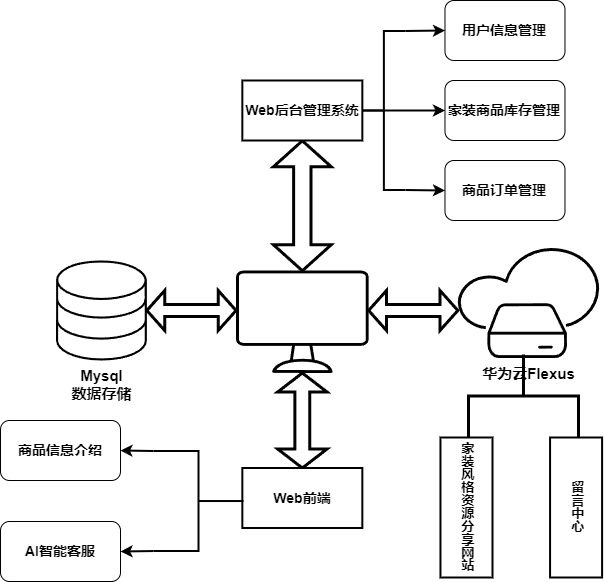
The draw.io diagram 6.drawio.png in xiyuliu509/microservice-shop, before a commit. Source tidied: cells renumbered, new cells last; positions are measured from the earlier drawing's top-left corner, leaving out a move shared by most shapes. Source of this version:
```xml
<mxGraphModel>
  <root>
    <mxCell id="0" />
    <mxCell id="1" parent="0" />
    <mxCell id="2" value="&lt;b&gt;&lt;font style=&quot;font-size: 15px;&quot;&gt;华为云Flexus&lt;/font&gt;&lt;/b&gt;" style="sketch=0;verticalLabelPosition=bottom;sketch=0;html=1;verticalAlign=top;strokeColor=none;fillColor=#000000;align=center;shape=mxgraph.citrix2.cloud_connector;strokeWidth=2;gradientColor=none;" parent="1" vertex="1">
      <mxGeometry x="457.3" y="247.5" width="141.3" height="110" as="geometry" />
    </mxCell>
    <mxCell id="3" value="&lt;font style=&quot;font-size: 15px;&quot;&gt;&lt;b&gt;Mysql&lt;/b&gt;&lt;/font&gt;&lt;div&gt;&lt;font style=&quot;font-size: 15px;&quot;&gt;&lt;b&gt;数据存储&lt;/b&gt;&lt;/font&gt;&lt;/div&gt;" style="sketch=0;verticalLabelPosition=bottom;sketch=0;html=1;verticalAlign=top;strokeColor=none;fillColor=#000000;align=center;shape=mxgraph.citrix2.site_database;" parent="1" vertex="1">
      <mxGeometry x="55.6" y="260" width="90.8" height="100" as="geometry" />
    </mxCell>
    <mxCell id="4" style="shape=doubleArrow;whiteSpace=wrap;html=1;strokeWidth=3;" parent="1" vertex="1">
      <mxGeometry x="146.4" y="290" width="89.2" height="40" as="geometry" />
    </mxCell>
    <mxCell id="5" style="shape=doubleArrow;direction=south;whiteSpace=wrap;html=1;strokeWidth=3;" parent="1" vertex="1">
      <mxGeometry x="272.9" y="140.2" width="57.8" height="130" as="geometry" />
    </mxCell>
    <mxCell id="6" style="shape=doubleArrow;whiteSpace=wrap;html=1;strokeWidth=3;" parent="1" vertex="1">
      <mxGeometry x="368.1" y="290" width="89.2" height="40" as="geometry" />
    </mxCell>
    <mxCell id="7" style="shape=doubleArrow;direction=south;whiteSpace=wrap;html=1;strokeWidth=3;" parent="1" vertex="1">
      <mxGeometry x="277.2" y="372.5" width="49.4" height="95" as="geometry" />
    </mxCell>
    <mxCell id="8" value="&lt;b&gt;&lt;font style=&quot;font-size: 13px;&quot;&gt;家装风格资源分享网站&lt;/font&gt;&lt;/b&gt;" style="rounded=0;whiteSpace=wrap;html=1;textDirection=vertical-lr;strokeWidth=2;" parent="1" vertex="1">
      <mxGeometry x="440" y="437" width="52" height="140" as="geometry" />
    </mxCell>
    <mxCell id="9" style="strokeWidth=3;html=1;shape=mxgraph.flowchart.annotation_2;align=left;labelPosition=right;rotation=90;fontSize=14;fontStyle=1;" parent="1" vertex="1">
      <mxGeometry x="481.5" y="340.5" width="83" height="110" as="geometry" />
    </mxCell>
    <mxCell id="10" value="&lt;span style=&quot;font-size: 13px;&quot;&gt;&lt;b&gt;留言中心&lt;/b&gt;&lt;/span&gt;" style="rounded=0;whiteSpace=wrap;html=1;textDirection=vertical-lr;strokeWidth=2;" parent="1" vertex="1">
      <mxGeometry x="549.6" y="437" width="52" height="140" as="geometry" />
    </mxCell>
    <mxCell id="11" style="sketch=0;verticalLabelPosition=bottom;sketch=0;html=1;verticalAlign=top;strokeColor=none;fillColor=#000000;align=center;shape=mxgraph.citrix2.desktop;" parent="1" vertex="1">
      <mxGeometry x="235.6" y="270" width="132.6" height="102.5" as="geometry" />
    </mxCell>
    <mxCell id="12" value="&lt;b&gt;&lt;font style=&quot;font-size: 14px;&quot;&gt;Web后台管理系统&lt;/font&gt;&lt;/b&gt;" style="rounded=0;whiteSpace=wrap;html=1;strokeWidth=2;" parent="1" vertex="1">
      <mxGeometry x="241.8" y="80" width="120" height="60" as="geometry" />
    </mxCell>
    <mxCell id="13" style="edgeStyle=none;html=1;exitX=1;exitY=0;exitDx=0;exitDy=0;exitPerimeter=0;entryX=0;entryY=0.5;entryDx=0;entryDy=0;strokeWidth=2;" parent="1" edge="1" source="16" target="18">
      <mxGeometry relative="1" as="geometry" />
    </mxCell>
    <mxCell id="14" style="edgeStyle=none;html=1;exitX=1;exitY=1;exitDx=0;exitDy=0;exitPerimeter=0;entryX=0;entryY=0.5;entryDx=0;entryDy=0;strokeWidth=2;" parent="1" edge="1" source="16" target="17">
      <mxGeometry relative="1" as="geometry" />
    </mxCell>
    <mxCell id="15" style="edgeStyle=none;html=1;exitX=0;exitY=0.5;exitDx=0;exitDy=0;exitPerimeter=0;strokeWidth=2;entryX=0;entryY=0.5;entryDx=0;entryDy=0;" parent="1" edge="1" source="16" target="19">
      <mxGeometry relative="1" as="geometry" />
    </mxCell>
    <mxCell id="16" style="strokeWidth=2;html=1;shape=mxgraph.flowchart.annotation_2;align=left;labelPosition=right;" parent="1" vertex="1">
      <mxGeometry x="361.8" y="30.5" width="43.2" height="159" as="geometry" />
    </mxCell>
    <mxCell id="17" value="&lt;b&gt;&lt;font style=&quot;font-size: 14px;&quot;&gt;商品订单管理&lt;/font&gt;&lt;/b&gt;" style="rounded=1;whiteSpace=wrap;html=1;" parent="1" vertex="1">
      <mxGeometry x="444.5" y="160" width="120" height="60" as="geometry" />
    </mxCell>
    <mxCell id="18" value="&lt;b&gt;&lt;font style=&quot;font-size: 14px;&quot;&gt;用户信息管理&lt;/font&gt;&lt;/b&gt;" style="rounded=1;whiteSpace=wrap;html=1;" parent="1" vertex="1">
      <mxGeometry x="444.5" width="120" height="60" as="geometry" />
    </mxCell>
    <mxCell id="19" value="&lt;b&gt;&lt;font style=&quot;font-size: 14px;&quot;&gt;家装商品库存管理&lt;/font&gt;&lt;/b&gt;" style="rounded=1;whiteSpace=wrap;html=1;" parent="1" vertex="1">
      <mxGeometry x="444.5" y="80" width="120" height="60" as="geometry" />
    </mxCell>
    <mxCell id="20" value="&lt;b&gt;&lt;font style=&quot;font-size: 14px;&quot;&gt;Web前端&lt;/font&gt;&lt;/b&gt;" style="rounded=0;whiteSpace=wrap;html=1;strokeWidth=2;" parent="1" vertex="1">
      <mxGeometry x="241.8" y="467.5" width="120" height="60" as="geometry" />
    </mxCell>
    <mxCell id="21" style="edgeStyle=none;html=1;exitX=1;exitY=1;exitDx=0;exitDy=0;exitPerimeter=0;entryX=1;entryY=0.5;entryDx=0;entryDy=0;strokeWidth=2;" parent="1" edge="1" source="23" target="25">
      <mxGeometry relative="1" as="geometry" />
    </mxCell>
    <mxCell id="22" style="edgeStyle=none;html=1;exitX=1;exitY=0;exitDx=0;exitDy=0;exitPerimeter=0;entryX=1;entryY=0.5;entryDx=0;entryDy=0;strokeWidth=2;" parent="1" edge="1" source="23" target="24">
      <mxGeometry relative="1" as="geometry" />
    </mxCell>
    <mxCell id="23" style="strokeWidth=2;html=1;shape=mxgraph.flowchart.annotation_2;align=left;labelPosition=right;rotation=-180;" parent="1" vertex="1">
      <mxGeometry x="153" y="450.5" width="90" height="100" as="geometry" />
    </mxCell>
    <mxCell id="24" value="&lt;span style=&quot;font-size: 14px;&quot;&gt;&lt;b&gt;AI智能客服&lt;/b&gt;&lt;/span&gt;" style="rounded=1;whiteSpace=wrap;html=1;" parent="1" vertex="1">
      <mxGeometry y="521" width="120" height="60" as="geometry" />
    </mxCell>
    <mxCell id="25" value="&lt;span style=&quot;font-size: 14px;&quot;&gt;&lt;b&gt;商品信息介绍&lt;/b&gt;&lt;/span&gt;" style="rounded=1;whiteSpace=wrap;html=1;" parent="1" vertex="1">
      <mxGeometry y="420" width="120" height="60" as="geometry" />
    </mxCell>
  </root>
</mxGraphModel>
```
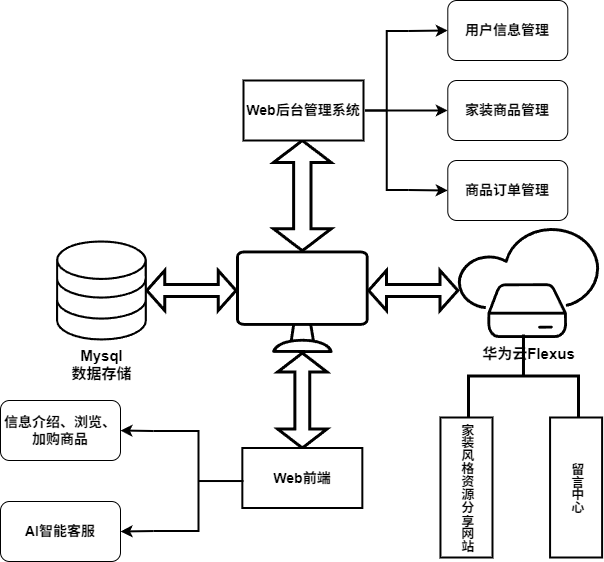
After the commit.

The edit, as a diff of the source:
```diff
@@ -12,7 +12,7 @@
       <mxGeometry x="146.4" y="290" width="89.2" height="40" as="geometry" />
     </mxCell>
     <mxCell id="5" style="shape=doubleArrow;direction=south;whiteSpace=wrap;html=1;strokeWidth=3;" parent="1" vertex="1">
-      <mxGeometry x="272.9" y="140.2" width="57.8" height="130" as="geometry" />
+      <mxGeometry x="272.9" y="160" width="57.8" height="110.2" as="geometry" />
     </mxCell>
     <mxCell id="6" style="shape=doubleArrow;whiteSpace=wrap;html=1;strokeWidth=3;" parent="1" vertex="1">
       <mxGeometry x="368.1" y="290" width="89.2" height="40" as="geometry" />
@@ -33,7 +33,7 @@
       <mxGeometry x="235.6" y="270" width="132.6" height="102.5" as="geometry" />
     </mxCell>
     <mxCell id="12" value="&lt;b&gt;&lt;font style=&quot;font-size: 14px;&quot;&gt;Web后台管理系统&lt;/font&gt;&lt;/b&gt;" style="rounded=0;whiteSpace=wrap;html=1;strokeWidth=2;" parent="1" vertex="1">
-      <mxGeometry x="241.8" y="80" width="120" height="60" as="geometry" />
+      <mxGeometry x="243" y="100" width="120" height="60" as="geometry" />
     </mxCell>
     <mxCell id="13" style="edgeStyle=none;html=1;exitX=1;exitY=0;exitDx=0;exitDy=0;exitPerimeter=0;entryX=0;entryY=0.5;entryDx=0;entryDy=0;strokeWidth=2;" parent="1" edge="1" source="16" target="18">
       <mxGeometry relative="1" as="geometry" />
@@ -45,16 +45,16 @@
       <mxGeometry relative="1" as="geometry" />
     </mxCell>
     <mxCell id="16" style="strokeWidth=2;html=1;shape=mxgraph.flowchart.annotation_2;align=left;labelPosition=right;" parent="1" vertex="1">
-      <mxGeometry x="361.8" y="30.5" width="43.2" height="159" as="geometry" />
+      <mxGeometry x="364.7" y="50.5" width="43.2" height="159" as="geometry" />
     </mxCell>
     <mxCell id="17" value="&lt;b&gt;&lt;font style=&quot;font-size: 14px;&quot;&gt;商品订单管理&lt;/font&gt;&lt;/b&gt;" style="rounded=1;whiteSpace=wrap;html=1;" parent="1" vertex="1">
-      <mxGeometry x="444.5" y="160" width="120" height="60" as="geometry" />
+      <mxGeometry x="447.3" y="180" width="120" height="60" as="geometry" />
     </mxCell>
     <mxCell id="18" value="&lt;b&gt;&lt;font style=&quot;font-size: 14px;&quot;&gt;用户信息管理&lt;/font&gt;&lt;/b&gt;" style="rounded=1;whiteSpace=wrap;html=1;" parent="1" vertex="1">
-      <mxGeometry x="444.5" width="120" height="60" as="geometry" />
+      <mxGeometry x="447.3" y="20" width="120" height="60" as="geometry" />
     </mxCell>
-    <mxCell id="19" value="&lt;b&gt;&lt;font style=&quot;font-size: 14px;&quot;&gt;家装商品库存管理&lt;/font&gt;&lt;/b&gt;" style="rounded=1;whiteSpace=wrap;html=1;" parent="1" vertex="1">
-      <mxGeometry x="444.5" y="80" width="120" height="60" as="geometry" />
+    <mxCell id="19" value="&lt;b&gt;&lt;font style=&quot;font-size: 14px;&quot;&gt;家装商品管理&lt;/font&gt;&lt;/b&gt;" style="rounded=1;whiteSpace=wrap;html=1;" parent="1" vertex="1">
+      <mxGeometry x="447.3" y="100" width="120" height="60" as="geometry" />
     </mxCell>
     <mxCell id="20" value="&lt;b&gt;&lt;font style=&quot;font-size: 14px;&quot;&gt;Web前端&lt;/font&gt;&lt;/b&gt;" style="rounded=0;whiteSpace=wrap;html=1;strokeWidth=2;" parent="1" vertex="1">
       <mxGeometry x="241.8" y="467.5" width="120" height="60" as="geometry" />
@@ -71,7 +71,7 @@
     <mxCell id="24" value="&lt;span style=&quot;font-size: 14px;&quot;&gt;&lt;b&gt;AI智能客服&lt;/b&gt;&lt;/span&gt;" style="rounded=1;whiteSpace=wrap;html=1;" parent="1" vertex="1">
       <mxGeometry y="521" width="120" height="60" as="geometry" />
     </mxCell>
-    <mxCell id="25" value="&lt;span style=&quot;font-size: 14px;&quot;&gt;&lt;b&gt;商品信息介绍&lt;/b&gt;&lt;/span&gt;" style="rounded=1;whiteSpace=wrap;html=1;" parent="1" vertex="1">
+    <mxCell id="25" value="&lt;span style=&quot;font-size: 14px;&quot;&gt;&lt;b&gt;信息介绍、浏览、加购商品&lt;/b&gt;&lt;/span&gt;" style="rounded=1;whiteSpace=wrap;html=1;" parent="1" vertex="1">
       <mxGeometry y="420" width="120" height="60" as="geometry" />
     </mxCell>
   </root>
```
